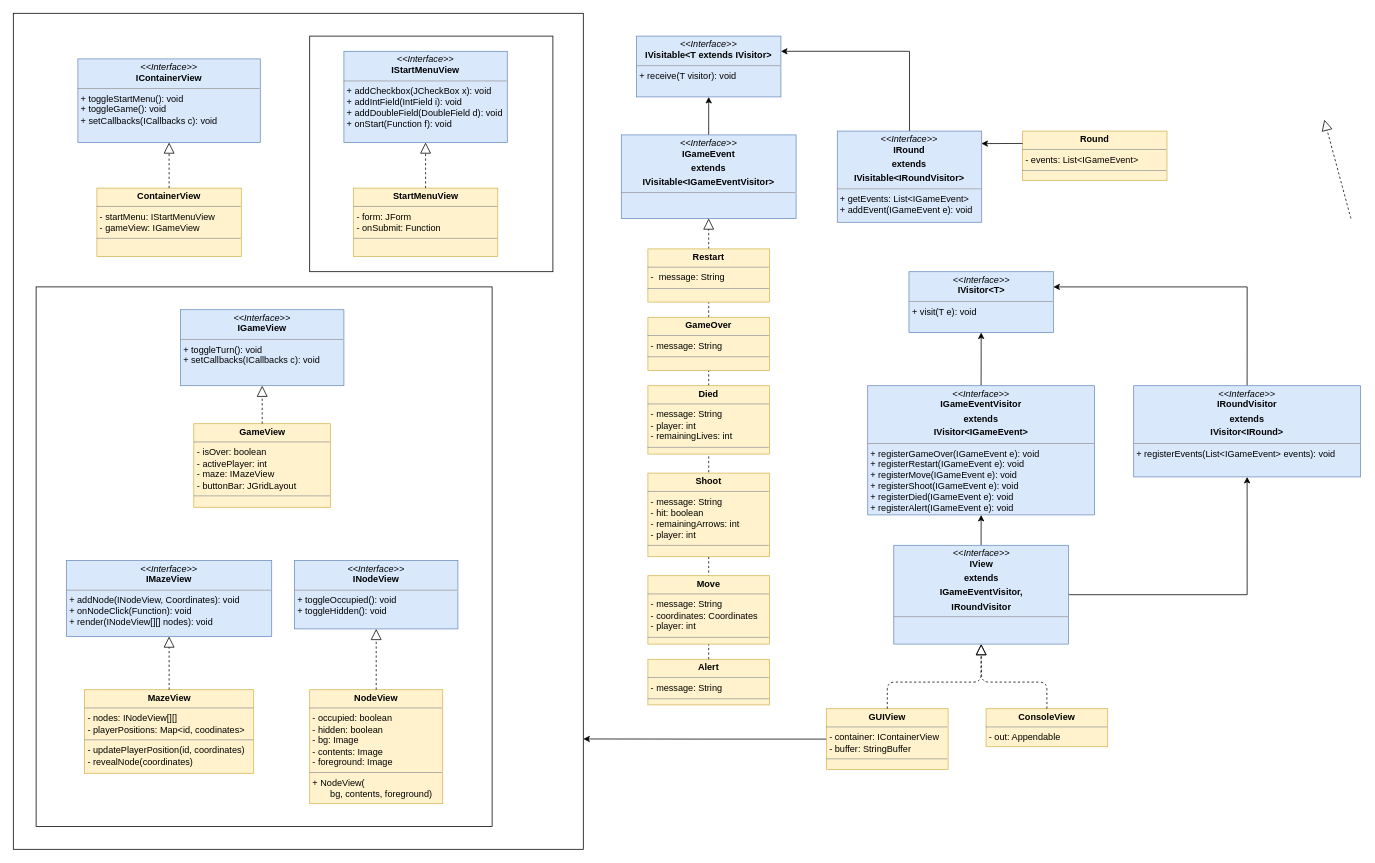
Above: HW6/hw6_original_design.drawio in gbattra/OOP-Design-Patterns-in-Java (draw.io), before the change. Source tidied: cells renumbered, new cells numbered last; positions are measured from the earlier drawing's top-left corner, leaving out a move shared by most shapes. Both pictures are drawn from the tidied source at 76%, with x=0, y=0 at pixel (13, 13).
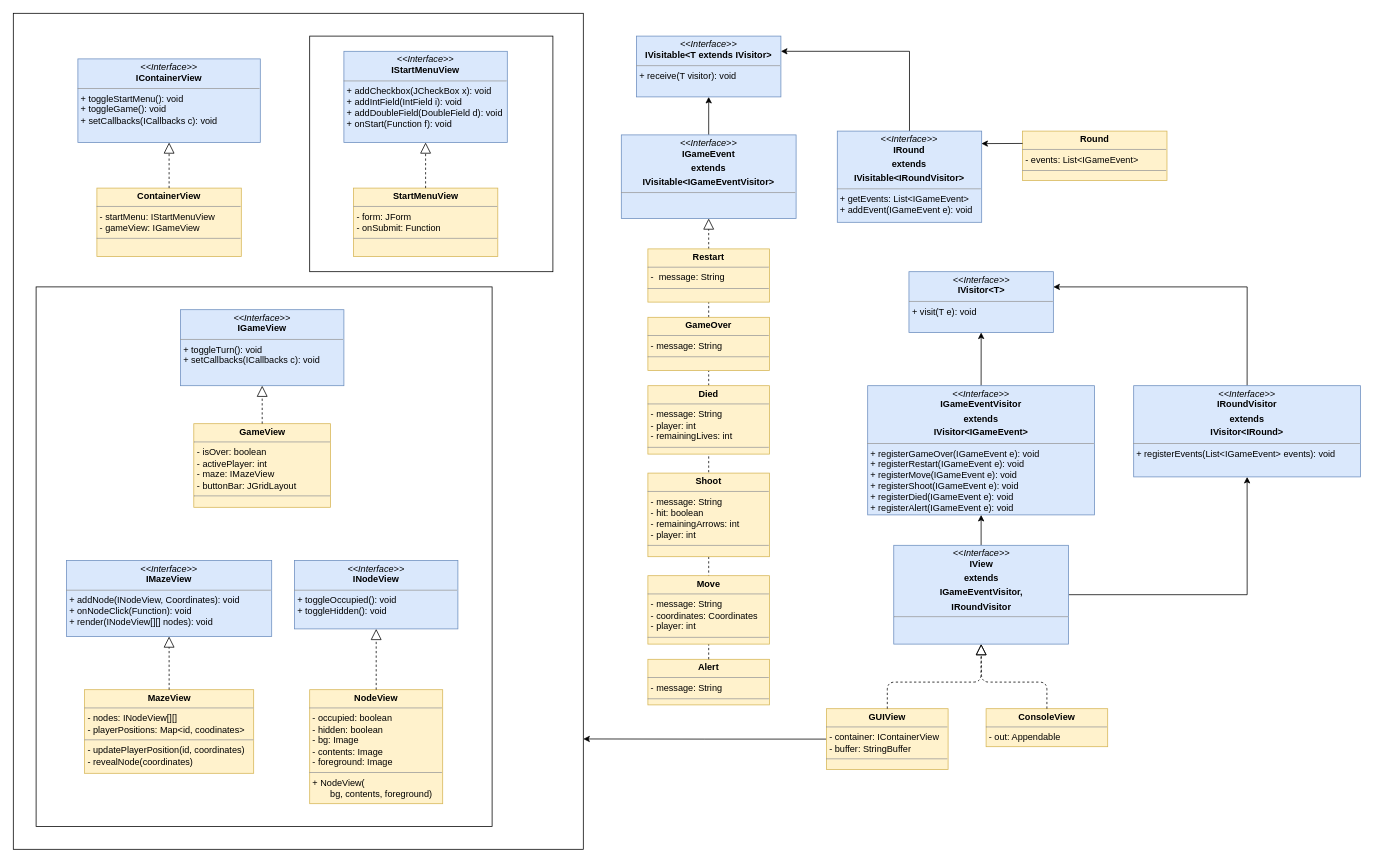
After the change.

Change to the diagram source:
```diff
@@
-    <mxCell id="46" style="endArrow=block;dashed=1;endFill=0;endSize=12;html=1;fontSize=12;exitX=0.5;exitY=0;exitDx=0;exitDy=0;entryX=0.5;entryY=1;entryDx=0;entryDy=0;" parent="1" edge="1">
-      <mxGeometry relative="1" as="geometry">
-        <mxPoint x="1760" y="270" as="sourcePoint" />
-        <mxPoint x="1725" y="140" as="targetPoint" />
-      </mxGeometry>
-    </mxCell>
```
